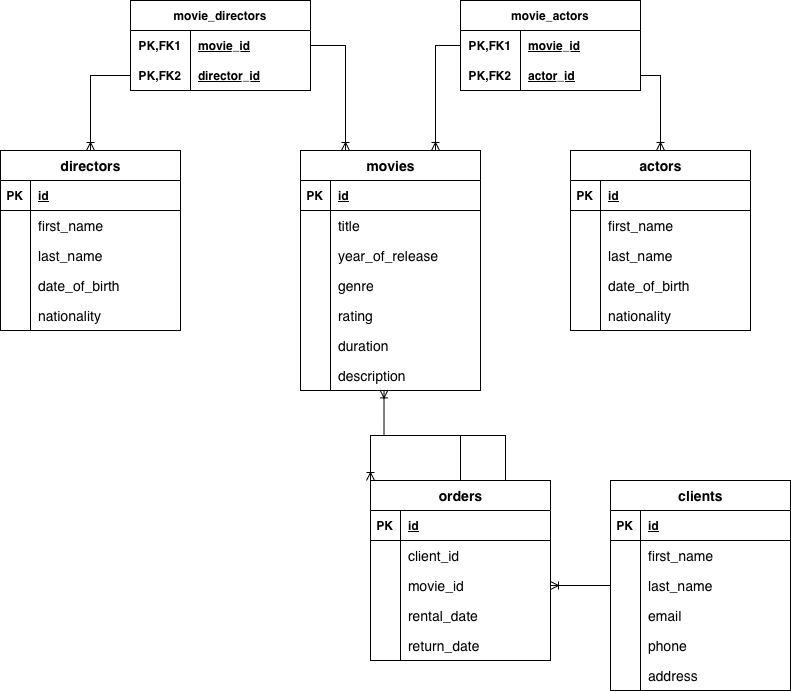
Before: hw02/hw02.drawio.png, a diagram exported from draw.io (Jimbanan/OtusSql). Source tidied: cells renumbered, new cells last; positions are measured from the earlier drawing's top-left corner, leaving out a move shared by most shapes.
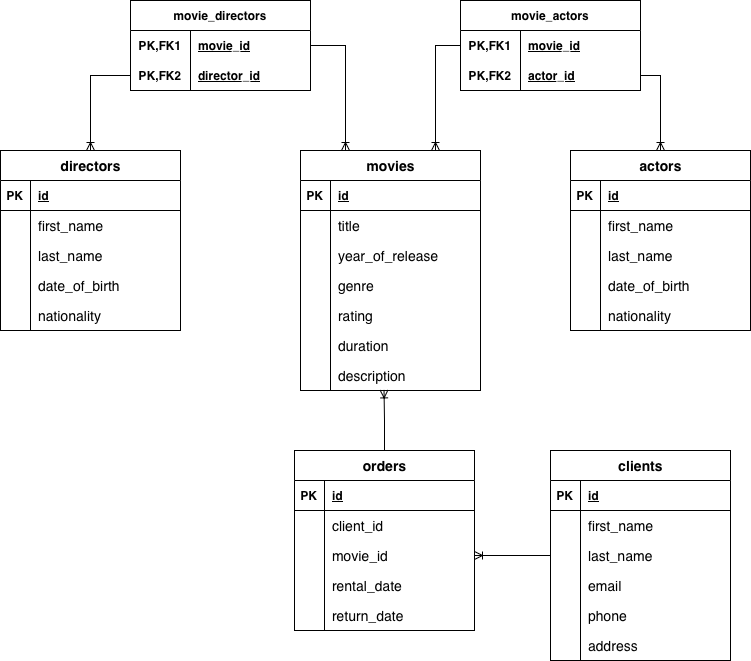
Later version of the same file.

Commit message:
chore: удалена лишняя связь

Diff of the diagram source:
```diff
@@ -2,13 +2,6 @@
   <root>
     <mxCell id="0" />
     <mxCell id="1" parent="0" />
-    <mxCell id="2" style="edgeStyle=orthogonalEdgeStyle;fontSize=12;html=1;endArrow=ERoneToMany;rounded=0;exitX=0.75;exitY=0;exitDx=0;exitDy=0;" parent="1" edge="1" source="55" target="x">
-      <mxGeometry relative="1" as="geometry">
-        <Array as="points">
-          <mxPoint x="505" y="435" />
-        </Array>
-      </mxGeometry>
-    </mxCell>
     <mxCell id="3" style="edgeStyle=orthogonalEdgeStyle;fontSize=12;html=1;endArrow=ERoneToMany;rounded=0;exitX=0;exitY=0.5;exitDx=0;exitDy=0;entryX=1;entryY=0.5;entryDx=0;entryDy=0;" parent="1" edge="1" source="43" target="62">
       <mxGeometry relative="1" as="geometry" />
     </mxCell>
@@ -109,7 +102,7 @@
       <mxGeometry x="30" width="150" height="30" as="geometry" />
     </mxCell>
     <mxCell id="36" value="&lt;span style=&quot;font-size: 14px;&quot;&gt;clients&lt;/span&gt;" style="shape=table;startSize=30;rowLines=0;fontStyle=1;align=center;html=1;" parent="1" vertex="1">
-      <mxGeometry x="610" y="480" width="180" height="210" as="geometry" />
+      <mxGeometry x="550" y="450" width="180" height="210" as="geometry" />
     </mxCell>
     <mxCell id="37" style="shape=tableRow;horizontal=0;startSize=0;swimlaneHead=0;swimlaneBody=0;fillColor=none;top=0;left=0;right=0;bottom=1;" parent="36" vertex="1">
       <mxGeometry y="30" width="180" height="30" as="geometry" />
@@ -166,7 +159,7 @@
       <mxGeometry x="30" width="150" height="30" as="geometry" />
     </mxCell>
     <mxCell id="55" value="&lt;span style=&quot;font-size: 14px;&quot;&gt;orders&lt;/span&gt;" style="shape=table;startSize=30;rowLines=0;fontStyle=1;align=center;html=1;" parent="1" vertex="1">
-      <mxGeometry x="370" y="480" width="180" height="180" as="geometry" />
+      <mxGeometry x="294" y="450" width="180" height="180" as="geometry" />
     </mxCell>
     <mxCell id="56" style="shape=tableRow;horizontal=0;startSize=0;swimlaneHead=0;swimlaneBody=0;fillColor=none;top=0;left=0;right=0;bottom=1;" parent="55" vertex="1">
       <mxGeometry y="30" width="180" height="30" as="geometry" />
```
